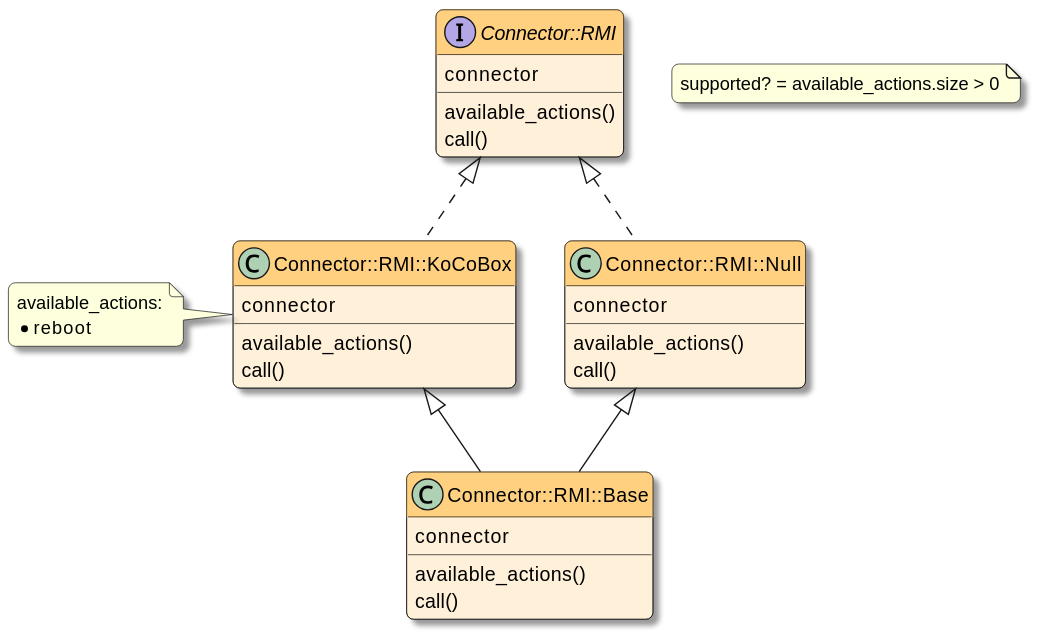
This is docs/devnotes/_images/connectors/rmi.svg from swobspace/cocard, a PlantUML export, as it was before one commit.
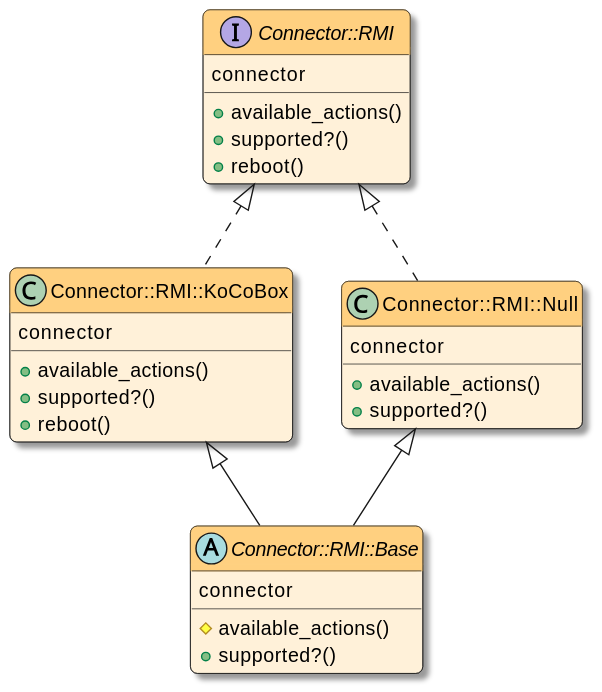
After the commit.

The edit, as a diff of the source:
```diff
@@ -5,38 +5,31 @@
 
 interface "Connector::RMI" as rmi {
   connector
-  available_actions()
-  call()
+  +available_actions()
+  +supported?()
+  +reboot()
 }
 
 class "Connector::RMI::KoCoBox" as rmi_koco {
   connector
-  available_actions()
-  call()
+  +available_actions()
+  +supported?()
+  +reboot()
 }
-note left of rmi_koco
-available_actions:
-* reboot
-end note
-
 class "Connector::RMI::Null" as rmi_null {
   connector
-  available_actions()
-  call()
+  +available_actions()
+  +supported?()
 }
 
-class "Connector::RMI::Base" as rmi_base {
+abstract "Connector::RMI::Base" as rmi_base {
   connector
-  available_actions()
-  call()
+  #available_actions()
+  +supported?()
 }
 
 rmi <|.. rmi_koco
 rmi <|.. rmi_null
 rmi_koco <|-- rmi_base
 rmi_null <|-- rmi_base
-
-note as n1
-supported? = available_actions.size > 0
-end note
 @enduml
```
